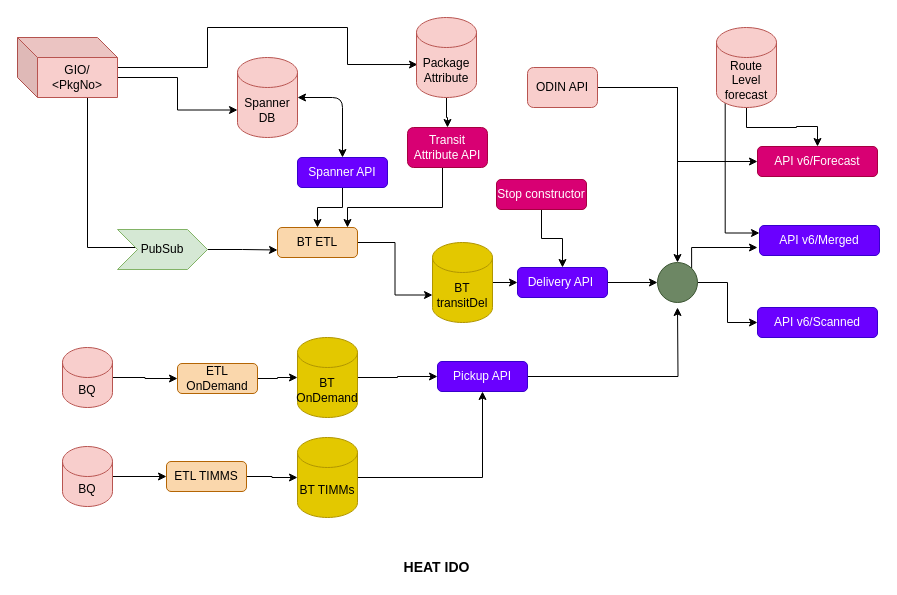
The draw.io diagram Untitled Diagram.drawio in sachinborse/flow-diagrams, before the edit. Source tidied: cells renumbered, new cells numbered last; positions are measured from the earlier drawing's top-left corner, leaving out a move shared by most shapes. Both pictures are drawn from the tidied source at 100%, with x=0, y=0 at pixel (17, 17).
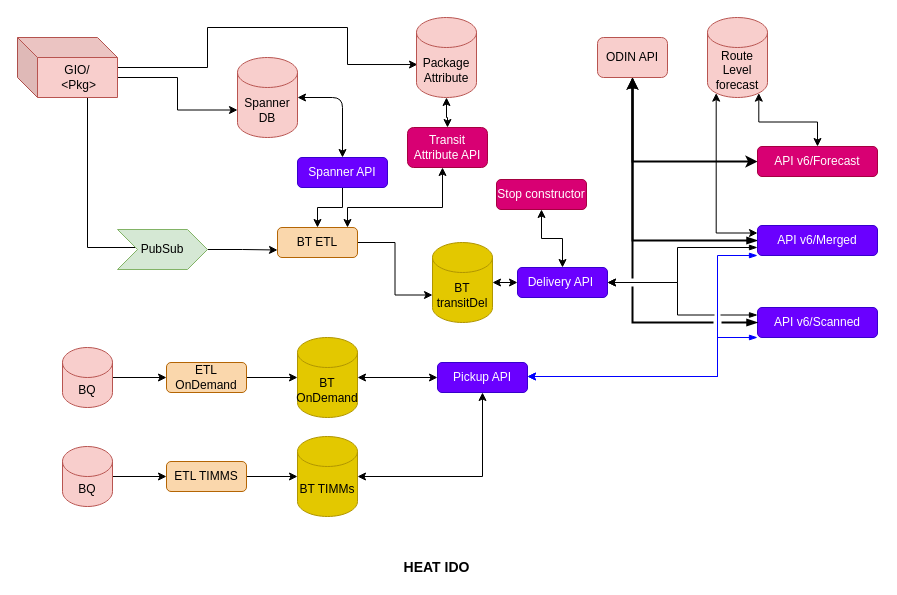
Above is the later version.

The change refers to these unchanged cells:
```xml
<mxCell id="13" value="BT ETL" style="rounded=1;whiteSpace=wrap;html=1;fillColor=#fad7ac;strokeColor=#b46504;" parent="1" vertex="1">
  <mxGeometry x="260" y="210" width="80" height="30" as="geometry" />
</mxCell>
<mxCell id="15" value="BT&lt;br&gt;transitDel" style="shape=cylinder3;whiteSpace=wrap;html=1;boundedLbl=1;backgroundOutline=1;size=15;fillColor=#e3c800;strokeColor=#B09500;fontColor=#000000;" parent="1" vertex="1">
  <mxGeometry x="415" y="225" width="60" height="80" as="geometry" />
</mxCell>
<mxCell id="17" value="Transit Attribute API" style="rounded=1;whiteSpace=wrap;html=1;fillColor=#d80073;strokeColor=#A50040;fontColor=#ffffff;" parent="1" vertex="1">
  <mxGeometry x="390" y="110" width="80" height="40" as="geometry" />
</mxCell>
<mxCell id="18" value="API v6/Scanned" style="rounded=1;whiteSpace=wrap;html=1;fillColor=#6a00ff;strokeColor=#3700CC;fontColor=#ffffff;" parent="1" vertex="1">
  <mxGeometry x="740" y="290" width="120" height="30" as="geometry" />
</mxCell>
<mxCell id="22" value="Delivery API&amp;nbsp;" style="rounded=1;whiteSpace=wrap;html=1;fillColor=#6a00ff;strokeColor=#3700CC;fontColor=#ffffff;" parent="1" vertex="1">
  <mxGeometry x="500" y="250" width="90" height="30" as="geometry" />
</mxCell>
<mxCell id="27" value="BT OnDemand" style="shape=cylinder3;whiteSpace=wrap;html=1;boundedLbl=1;backgroundOutline=1;size=15;fillColor=#e3c800;strokeColor=#B09500;fontColor=#000000;" parent="1" vertex="1">
  <mxGeometry x="280" y="320" width="60" height="80" as="geometry" />
</mxCell>
<mxCell id="35" value="Package Attribute" style="shape=cylinder3;whiteSpace=wrap;html=1;boundedLbl=1;backgroundOutline=1;size=15;fillColor=#f8cecc;strokeColor=#b85450;" parent="1" vertex="1">
  <mxGeometry x="399" width="60" height="80" as="geometry" />
</mxCell>
<mxCell id="44" value="API v6/Forecast" style="rounded=1;whiteSpace=wrap;html=1;fillColor=#d80073;strokeColor=#A50040;fontColor=#ffffff;" parent="1" vertex="1">
  <mxGeometry x="740" y="129" width="120" height="30" as="geometry" />
</mxCell>
<mxCell id="49" value="Stop constructor" style="rounded=1;whiteSpace=wrap;html=1;fillColor=#d80073;strokeColor=#A50040;fontColor=#ffffff;" parent="1" vertex="1">
  <mxGeometry x="479" y="162" width="90" height="30" as="geometry" />
</mxCell>
```

Change to the diagram source:
```diff
@@
+    <mxCell id="24" style="rounded=0;jettySize=auto;html=1;edgeStyle=orthogonalEdgeStyle;endArrow=blockThin;endFill=1;exitX=0;exitY=0.5;exitDx=0;exitDy=0;jumpStyle=gap;startArrow=classic;startFill=1;entryX=0.5;entryY=1;entryDx=0;entryDy=0;strokeWidth=2;" parent="1" edge="1" source="44" target="25">
+      <mxGeometry relative="1" as="geometry">
+        <Array as="points">
+          <mxPoint x="615" y="144" />
+        </Array>
+      </mxGeometry>
+    </mxCell>
@@
-    <mxCell id="5" value="GIO/ &amp;lt;PkgNo&amp;gt;" style="shape=cube;whiteSpace=wrap;html=1;boundedLbl=1;backgroundOutline=1;darkOpacity=0.05;darkOpacity2=0.1;fillColor=#f8cecc;strokeColor=#b85450;" parent="1" vertex="1">
+    <mxCell id="5" value="GIO/&lt;br&gt;&amp;nbsp;&amp;lt;Pkg&amp;gt;" style="shape=cube;whiteSpace=wrap;html=1;boundedLbl=1;backgroundOutline=1;darkOpacity=0.05;darkOpacity2=0.1;fillColor=#f8cecc;strokeColor=#b85450;" parent="1" vertex="1">
       <mxGeometry y="20" width="100" height="60" as="geometry" />
     </mxCell>
@@
-    <mxCell id="14" style="edgeStyle=orthogonalEdgeStyle;rounded=0;jettySize=auto;html=1;" parent="1" edge="1" source="15" target="22">
+    <mxCell id="14" style="edgeStyle=orthogonalEdgeStyle;rounded=0;jettySize=auto;html=1;startArrow=classic;startFill=1;" parent="1" edge="1" source="15" target="22">
       <mxGeometry relative="1" as="geometry" />
     </mxCell>
@@
-    <mxCell id="16" style="edgeStyle=orthogonalEdgeStyle;rounded=0;jettySize=auto;html=1;entryX=0.875;entryY=0;entryDx=0;entryDy=0;entryPerimeter=0;" parent="1" edge="1" source="17" target="13">
+    <mxCell id="16" style="edgeStyle=orthogonalEdgeStyle;rounded=0;jettySize=auto;html=1;entryX=0.875;entryY=0;entryDx=0;entryDy=0;entryPerimeter=0;startArrow=classic;startFill=1;" parent="1" edge="1" source="17" target="13">
       <mxGeometry relative="1" as="geometry">
         <Array as="points">
           <mxPoint x="425" y="190" />
           <mxPoint x="330" y="190" />
         </Array>
       </mxGeometry>
     </mxCell>
@@
-    <mxCell id="19" style="edgeStyle=orthogonalEdgeStyle;rounded=0;jettySize=auto;html=1;" parent="1" edge="1" source="20">
-      <mxGeometry relative="1" as="geometry">
-        <mxPoint x="660" y="290" as="targetPoint" />
-      </mxGeometry>
-    </mxCell>
+    <mxCell id="51" style="edgeStyle=orthogonalEdgeStyle;rounded=0;jumpStyle=gap;jettySize=auto;html=1;startArrow=classic;startFill=1;endArrow=blockThin;endFill=1;strokeColor=#0000FF;" parent="1" edge="1" source="20">
+      <mxGeometry relative="1" as="geometry">
+        <mxPoint x="740" y="320" as="targetPoint" />
+        <Array as="points">
+          <mxPoint x="700" y="359" />
+          <mxPoint x="700" y="320" />
+        </Array>
+      </mxGeometry>
+    </mxCell>
+    <mxCell id="52" style="edgeStyle=orthogonalEdgeStyle;rounded=0;jumpStyle=gap;jettySize=auto;html=1;entryX=0;entryY=1;entryDx=0;entryDy=0;startArrow=classic;startFill=1;endArrow=blockThin;endFill=1;strokeColor=#0000FF;" parent="1" edge="1" source="20" target="43">
+      <mxGeometry relative="1" as="geometry">
+        <Array as="points">
+          <mxPoint x="700" y="359" />
+          <mxPoint x="700" y="238" />
+        </Array>
+      </mxGeometry>
+    </mxCell>
     <mxCell id="20" value="Pickup API" style="rounded=1;whiteSpace=wrap;html=1;fillColor=#6a00ff;strokeColor=#3700CC;fontColor=#ffffff;" parent="1" vertex="1">
-      <mxGeometry x="420" y="344" width="90" height="30" as="geometry" />
+      <mxGeometry x="420" y="345" width="90" height="30" as="geometry" />
     </mxCell>
-    <mxCell id="21" style="edgeStyle=orthogonalEdgeStyle;rounded=0;jettySize=auto;html=1;" parent="1" edge="1" source="22" target="42">
-      <mxGeometry relative="1" as="geometry" />
-    </mxCell>
+    <mxCell id="53" style="edgeStyle=orthogonalEdgeStyle;rounded=0;jumpStyle=gap;jettySize=auto;html=1;entryX=0;entryY=0.25;entryDx=0;entryDy=0;startArrow=classic;startFill=1;endArrow=blockThin;endFill=1;" parent="1" edge="1" source="22" target="18">
+      <mxGeometry relative="1" as="geometry">
+        <Array as="points">
+          <mxPoint x="660" y="265" />
+          <mxPoint x="660" y="298" />
+        </Array>
+      </mxGeometry>
+    </mxCell>
+    <mxCell id="54" style="edgeStyle=orthogonalEdgeStyle;rounded=0;jumpStyle=gap;jettySize=auto;html=1;startArrow=classic;startFill=1;endArrow=blockThin;endFill=1;" parent="1" edge="1" source="22" target="43">
+      <mxGeometry relative="1" as="geometry">
+        <Array as="points">
+          <mxPoint x="660" y="265" />
+          <mxPoint x="660" y="230" />
+        </Array>
+      </mxGeometry>
+    </mxCell>
@@
-    <mxCell id="23" style="edgeStyle=orthogonalEdgeStyle;rounded=0;jettySize=auto;html=1;entryX=0.5;entryY=0;entryDx=0;entryDy=0;" parent="1" edge="1" source="25" target="42">
-      <mxGeometry relative="1" as="geometry" />
-    </mxCell>
-    <mxCell id="24" style="edgeStyle=orthogonalEdgeStyle;rounded=0;jettySize=auto;html=1;entryX=0;entryY=0.5;entryDx=0;entryDy=0;" parent="1" edge="1" source="25" target="44">
-      <mxGeometry relative="1" as="geometry" />
-    </mxCell>
+    <mxCell id="55" style="edgeStyle=orthogonalEdgeStyle;rounded=0;jumpStyle=gap;jettySize=auto;html=1;startArrow=classic;startFill=1;endArrow=blockThin;endFill=1;entryX=0;entryY=0.5;entryDx=0;entryDy=0;strokeWidth=2;" parent="1" edge="1" source="25" target="43">
+      <mxGeometry relative="1" as="geometry">
+        <Array as="points">
+          <mxPoint x="615" y="223" />
+        </Array>
+      </mxGeometry>
+    </mxCell>
+    <mxCell id="56" style="edgeStyle=orthogonalEdgeStyle;rounded=0;jumpStyle=gap;jettySize=auto;html=1;startArrow=classic;startFill=1;endArrow=blockThin;endFill=1;fillColor=#f8cecc;endSize=6;strokeWidth=2;" parent="1" edge="1" source="25" target="18">
+      <mxGeometry relative="1" as="geometry">
+        <Array as="points">
+          <mxPoint x="615" y="305" />
+        </Array>
+      </mxGeometry>
+    </mxCell>
     <mxCell id="25" value="ODIN API" style="rounded=1;whiteSpace=wrap;html=1;fillColor=#f8cecc;strokeColor=#b85450;" parent="1" vertex="1">
-      <mxGeometry x="510" y="50" width="70" height="40" as="geometry" />
+      <mxGeometry x="580" y="20" width="70" height="40" as="geometry" />
     </mxCell>
-    <mxCell id="26" style="edgeStyle=orthogonalEdgeStyle;rounded=0;jettySize=auto;html=1;entryX=0;entryY=0.5;entryDx=0;entryDy=0;" parent="1" edge="1" source="27" target="20">
+    <mxCell id="26" style="edgeStyle=orthogonalEdgeStyle;rounded=0;jettySize=auto;html=1;entryX=0;entryY=0.5;entryDx=0;entryDy=0;startArrow=classic;startFill=1;" parent="1" edge="1" source="27" target="20">
       <mxGeometry relative="1" as="geometry" />
     </mxCell>
@@
-    <mxCell id="28" style="edgeStyle=orthogonalEdgeStyle;rounded=0;jettySize=auto;html=1;entryX=0.5;entryY=1;entryDx=0;entryDy=0;" parent="1" edge="1" source="29" target="20">
+    <mxCell id="28" style="edgeStyle=orthogonalEdgeStyle;rounded=0;jettySize=auto;html=1;entryX=0.5;entryY=1;entryDx=0;entryDy=0;startArrow=classic;startFill=1;" parent="1" edge="1" source="29" target="20">
       <mxGeometry relative="1" as="geometry" />
     </mxCell>
     <mxCell id="29" value="BT TIMMs" style="shape=cylinder3;whiteSpace=wrap;html=1;boundedLbl=1;backgroundOutline=1;size=15;fillColor=#e3c800;strokeColor=#B09500;fontColor=#000000;" parent="1" vertex="1">
-      <mxGeometry x="280" y="420" width="60" height="80" as="geometry" />
+      <mxGeometry x="280" y="419" width="60" height="80" as="geometry" />
     </mxCell>
@@
-    <mxCell id="34" style="edgeStyle=orthogonalEdgeStyle;rounded=0;jettySize=auto;html=1;" parent="1" edge="1" source="35" target="17">
+    <mxCell id="34" style="edgeStyle=orthogonalEdgeStyle;rounded=0;jettySize=auto;html=1;startArrow=classic;startFill=1;" parent="1" edge="1" source="35" target="17">
       <mxGeometry relative="1" as="geometry" />
     </mxCell>
@@
     <mxCell id="37" value="ETL OnDemand" style="rounded=1;whiteSpace=wrap;html=1;fillColor=#fad7ac;strokeColor=#b46504;" parent="1" vertex="1">
-      <mxGeometry x="160" y="346" width="80" height="30" as="geometry" />
+      <mxGeometry x="149" y="345" width="80" height="30" as="geometry" />
     </mxCell>
@@
-    <mxCell id="40" style="edgeStyle=orthogonalEdgeStyle;rounded=0;jettySize=auto;html=1;" parent="1" edge="1" source="42" target="18">
-      <mxGeometry relative="1" as="geometry">
-        <Array as="points">
-          <mxPoint x="710" y="265" />
-          <mxPoint x="710" y="305" />
-        </Array>
-      </mxGeometry>
-    </mxCell>
-    <mxCell id="41" style="edgeStyle=orthogonalEdgeStyle;rounded=0;jettySize=auto;html=1;exitX=1;exitY=0;exitDx=0;exitDy=0;" parent="1" edge="1" source="42">
-      <mxGeometry relative="1" as="geometry">
-        <mxPoint x="740" y="230" as="targetPoint" />
-        <Array as="points">
-          <mxPoint x="674" y="230" />
-        </Array>
-      </mxGeometry>
-    </mxCell>
-    <mxCell id="42" style="ellipse;whiteSpace=wrap;html=1;fillColor=#6d8764;strokeColor=#3A5431;fontColor=#ffffff;" parent="1" vertex="1">
-      <mxGeometry x="640" y="245" width="40" height="40" as="geometry" />
-    </mxCell>
     <mxCell id="43" value="API v6/Merged" style="rounded=1;whiteSpace=wrap;html=1;fillColor=#6a00ff;strokeColor=#3700CC;fontColor=#ffffff;" parent="1" vertex="1">
-      <mxGeometry x="742" y="208" width="120" height="30" as="geometry" />
+      <mxGeometry x="740" y="208" width="120" height="30" as="geometry" />
     </mxCell>
@@
-    <mxCell id="45" style="edgeStyle=orthogonalEdgeStyle;rounded=0;jettySize=auto;html=1;entryX=0.5;entryY=0;entryDx=0;entryDy=0;" parent="1" edge="1" source="47" target="44">
+    <mxCell id="45" style="edgeStyle=orthogonalEdgeStyle;rounded=0;jettySize=auto;html=1;entryX=0.5;entryY=0;entryDx=0;entryDy=0;startArrow=classic;startFill=1;exitX=0.855;exitY=1;exitDx=0;exitDy=-4.35;exitPerimeter=0;" parent="1" edge="1" source="47" target="44">
       <mxGeometry relative="1" as="geometry" />
     </mxCell>
-    <mxCell id="46" style="edgeStyle=orthogonalEdgeStyle;rounded=0;jettySize=auto;html=1;exitX=0.145;exitY=1;exitDx=0;exitDy=-4.35;exitPerimeter=0;entryX=0;entryY=0.25;entryDx=0;entryDy=0;" parent="1" edge="1" source="47" target="43">
+    <mxCell id="46" style="edgeStyle=orthogonalEdgeStyle;rounded=0;jettySize=auto;html=1;exitX=0.145;exitY=1;exitDx=0;exitDy=-4.35;exitPerimeter=0;entryX=0;entryY=0.25;entryDx=0;entryDy=0;startArrow=classic;startFill=1;" parent="1" edge="1" source="47" target="43">
       <mxGeometry relative="1" as="geometry" />
     </mxCell>
     <mxCell id="47" value="Route Level forecast" style="shape=cylinder3;whiteSpace=wrap;html=1;boundedLbl=1;backgroundOutline=1;size=15;fillColor=#f8cecc;strokeColor=#b85450;" parent="1" vertex="1">
-      <mxGeometry x="699" y="10" width="60" height="80" as="geometry" />
+      <mxGeometry x="690" width="60" height="80" as="geometry" />
     </mxCell>
-    <mxCell id="48" style="edgeStyle=orthogonalEdgeStyle;rounded=0;jettySize=auto;html=1;" parent="1" edge="1" source="49" target="22">
+    <mxCell id="48" style="edgeStyle=orthogonalEdgeStyle;rounded=0;jettySize=auto;html=1;startArrow=classic;startFill=1;" parent="1" edge="1" source="49" target="22">
       <mxGeometry relative="1" as="geometry" />
     </mxCell>
```
